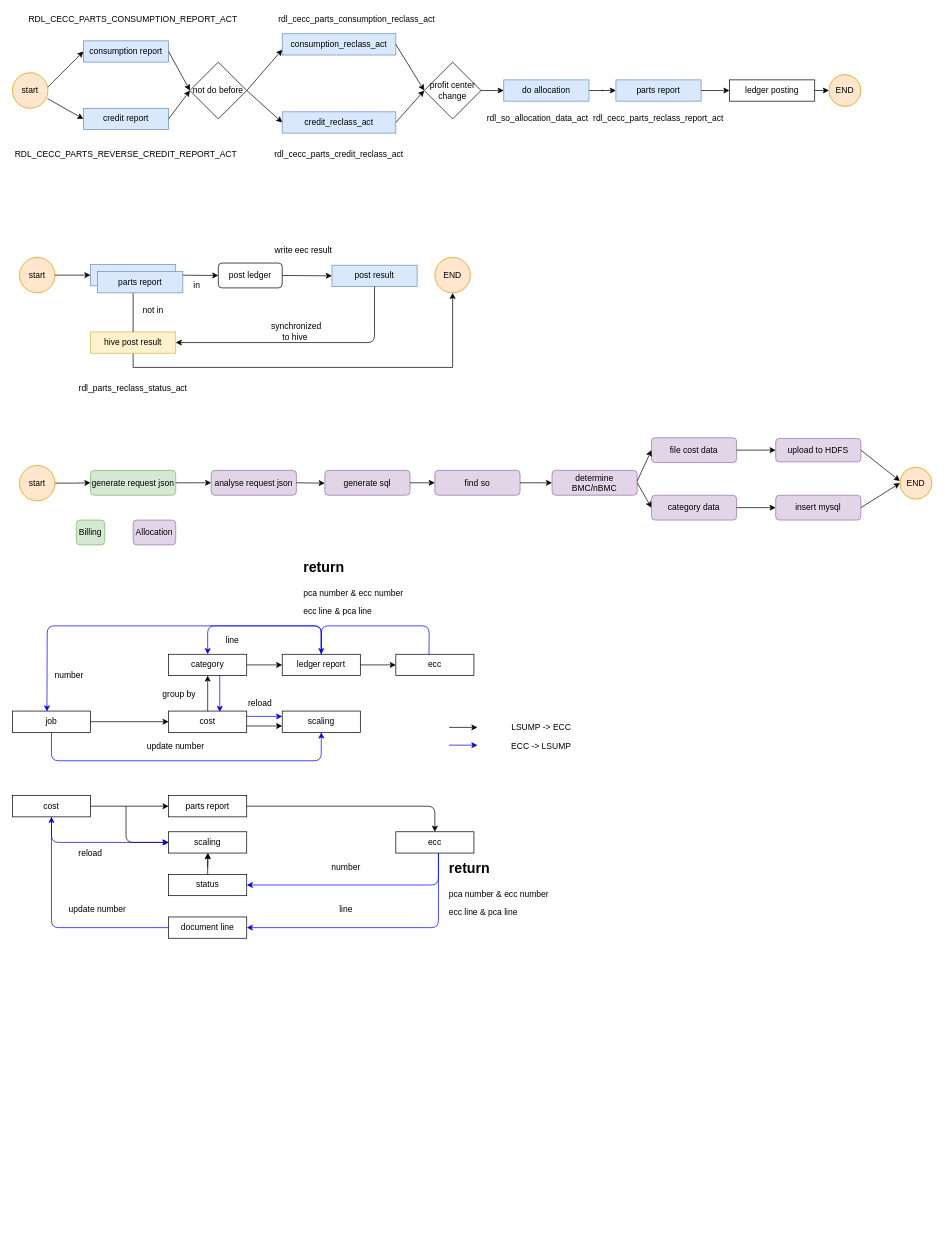
The draw.io diagram src/Untitled Diagram.drawio in zhang-xdl/Crawler, before the edit. Source tidied: cells renumbered, new cells numbered last; positions are measured from the earlier drawing's top-left corner, leaving out a move shared by most shapes. Both pictures are drawn from the tidied source at 71%, with x=0, y=0 at pixel (12, 12).
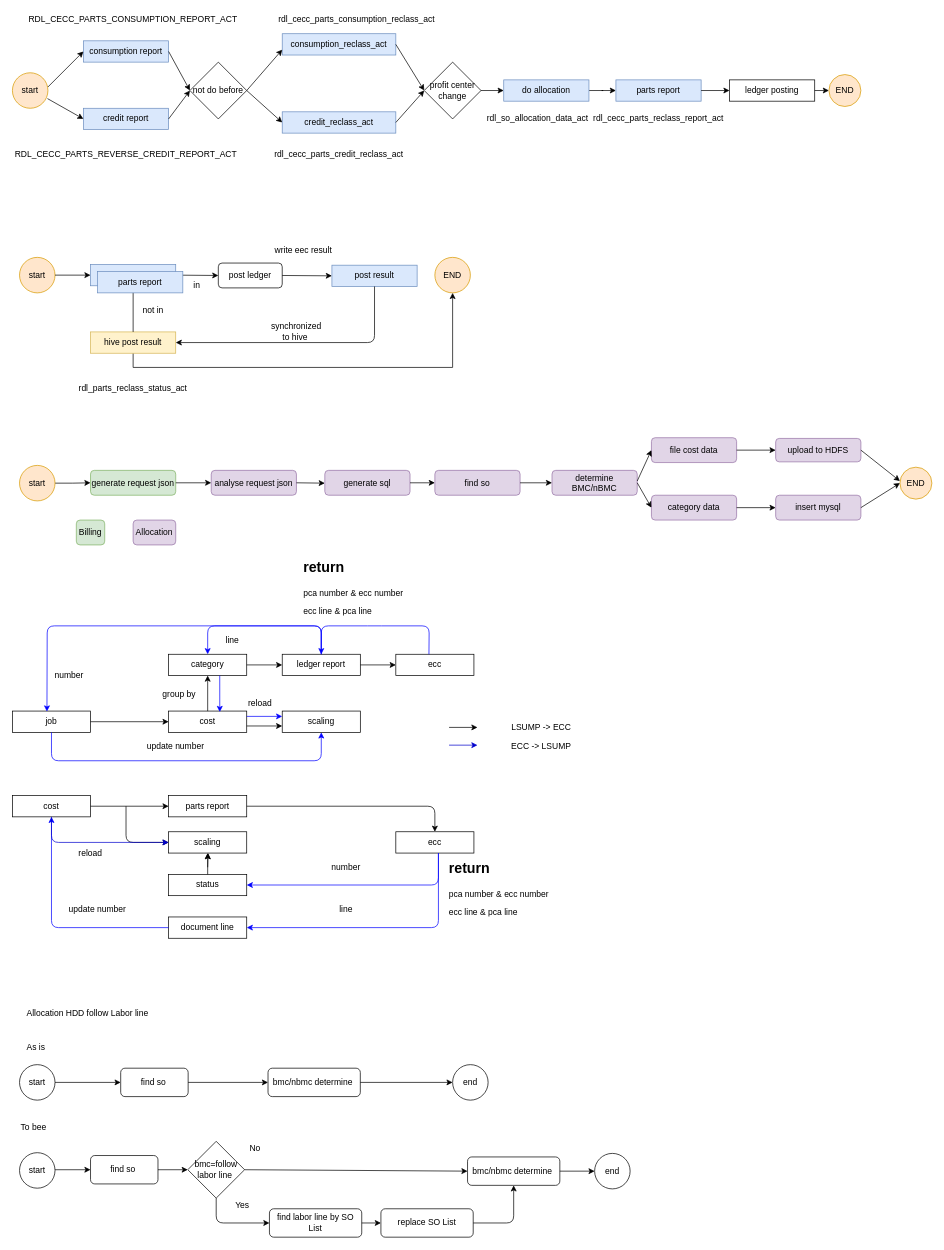
After the change.

The edit, as a diff of the source:
```diff
@@
+    <mxCell id="120" value="Allocation HDD follow Labor line" style="text;html=1;strokeColor=none;fillColor=none;align=center;verticalAlign=middle;whiteSpace=wrap;rounded=0;" parent="1" vertex="1">
+      <mxGeometry x="16" y="1400" width="180" height="20" as="geometry" />
+    </mxCell>
+    <mxCell id="121" value="As is&amp;nbsp;" style="text;html=1;strokeColor=none;fillColor=none;align=center;verticalAlign=middle;whiteSpace=wrap;rounded=0;" parent="1" vertex="1">
+      <mxGeometry x="15" y="1448" width="40" height="20" as="geometry" />
+    </mxCell>
+    <mxCell id="122" style="edgeStyle=orthogonalEdgeStyle;rounded=0;jettySize=auto;html=1;exitX=1;exitY=0.5;exitDx=0;exitDy=0;entryX=0;entryY=0.5;entryDx=0;entryDy=0;" parent="1" edge="1" source="123" target="124">
+      <mxGeometry relative="1" as="geometry" />
+    </mxCell>
+    <mxCell id="123" value="start" style="ellipse;whiteSpace=wrap;html=1;" parent="1" vertex="1">
+      <mxGeometry x="10" y="1482" width="50" height="50" as="geometry" />
+    </mxCell>
+    <mxCell id="124" value="find so&amp;nbsp;" style="rounded=1;whiteSpace=wrap;html=1;" parent="1" vertex="1">
+      <mxGeometry x="152.5" y="1487" width="95" height="40" as="geometry" />
+    </mxCell>
+    <mxCell id="125" value="bmc/nbmc determine&amp;nbsp;" style="rounded=1;whiteSpace=wrap;html=1;" parent="1" vertex="1">
+      <mxGeometry x="360" y="1487" width="130" height="40" as="geometry" />
+    </mxCell>
+    <mxCell id="126" value="end" style="ellipse;whiteSpace=wrap;html=1;" parent="1" vertex="1">
+      <mxGeometry x="620" y="1482" width="50" height="50" as="geometry" />
+    </mxCell>
+    <mxCell id="127" style="endArrow=classic;html=1;exitX=1;exitY=0.5;exitDx=0;exitDy=0;entryX=0;entryY=0.5;entryDx=0;entryDy=0;" parent="1" edge="1" source="124" target="125">
+      <mxGeometry relative="1" as="geometry" />
+    </mxCell>
+    <mxCell id="128" style="endArrow=classic;html=1;exitX=1;exitY=0.5;exitDx=0;exitDy=0;entryX=0;entryY=0.5;entryDx=0;entryDy=0;" parent="1" edge="1" source="125" target="126">
+      <mxGeometry relative="1" as="geometry" />
+    </mxCell>
+    <mxCell id="129" value="To bee" style="text;html=1;strokeColor=none;fillColor=none;align=center;verticalAlign=middle;whiteSpace=wrap;rounded=0;" parent="1" vertex="1">
+      <mxGeometry x="10" y="1560" width="40" height="20" as="geometry" />
+    </mxCell>
+    <mxCell id="130" value="start" style="ellipse;whiteSpace=wrap;html=1;" parent="1" vertex="1">
+      <mxGeometry x="10" y="1606" width="50" height="50" as="geometry" />
+    </mxCell>
+    <mxCell id="131" value="find so&amp;nbsp;" style="rounded=1;whiteSpace=wrap;html=1;" parent="1" vertex="1">
+      <mxGeometry x="110" y="1610" width="95" height="40" as="geometry" />
+    </mxCell>
+    <mxCell id="132" style="endArrow=classic;html=1;exitX=1;exitY=0.5;exitDx=0;exitDy=0;entryX=0;entryY=0.5;entryDx=0;entryDy=0;" parent="1" edge="1" target="131">
+      <mxGeometry relative="1" as="geometry">
+        <mxPoint x="60" y="1630" as="sourcePoint" />
+      </mxGeometry>
+    </mxCell>
+    <mxCell id="133" value="bmc=follow labor line&amp;nbsp;" style="rhombus;whiteSpace=wrap;html=1;" parent="1" vertex="1">
+      <mxGeometry x="247" y="1590" width="80" height="80" as="geometry" />
+    </mxCell>
+    <mxCell id="134" value="bmc/nbmc determine&amp;nbsp;" style="rounded=1;whiteSpace=wrap;html=1;" parent="1" vertex="1">
+      <mxGeometry x="641" y="1612" width="130" height="40" as="geometry" />
+    </mxCell>
+    <mxCell id="135" value="end" style="ellipse;whiteSpace=wrap;html=1;" parent="1" vertex="1">
+      <mxGeometry x="820" y="1607" width="50" height="50" as="geometry" />
+    </mxCell>
+    <mxCell id="136" style="endArrow=classic;html=1;exitX=1;exitY=0.5;exitDx=0;exitDy=0;entryX=0;entryY=0.5;entryDx=0;entryDy=0;" parent="1" edge="1" source="134" target="135">
+      <mxGeometry relative="1" as="geometry" />
+    </mxCell>
+    <mxCell id="137" style="endArrow=classic;html=1;exitX=1;exitY=0.5;exitDx=0;exitDy=0;entryX=0;entryY=0.5;entryDx=0;entryDy=0;" parent="1" edge="1" source="133" target="134">
+      <mxGeometry relative="1" as="geometry" />
+    </mxCell>
+    <mxCell id="138" style="endArrow=classic;html=1;entryX=0;entryY=0.5;entryDx=0;entryDy=0;exitX=1;exitY=0.5;exitDx=0;exitDy=0;" parent="1" edge="1" source="131" target="133">
+      <mxGeometry relative="1" as="geometry" />
+    </mxCell>
+    <mxCell id="139" value="No" style="text;html=1;strokeColor=none;fillColor=none;align=center;verticalAlign=middle;whiteSpace=wrap;rounded=0;" parent="1" vertex="1">
+      <mxGeometry x="322" y="1590" width="40" height="20" as="geometry" />
+    </mxCell>
+    <mxCell id="140" value="find labor line by SO List" style="rounded=1;whiteSpace=wrap;html=1;" parent="1" vertex="1">
+      <mxGeometry x="362" y="1685" width="130" height="40" as="geometry" />
+    </mxCell>
+    <mxCell id="141" style="endArrow=classic;html=1;entryX=0;entryY=0.5;entryDx=0;entryDy=0;exitX=0.5;exitY=1;exitDx=0;exitDy=0;" parent="1" edge="1" source="133" target="140">
+      <mxGeometry relative="1" as="geometry">
+        <Array as="points">
+          <mxPoint x="287" y="1705" />
+        </Array>
+      </mxGeometry>
+    </mxCell>
+    <mxCell id="142" style="endArrow=classic;html=1;entryX=0;entryY=0.5;entryDx=0;entryDy=0;" parent="1" edge="1" target="143">
+      <mxGeometry relative="1" as="geometry">
+        <mxPoint x="492" y="1705" as="sourcePoint" />
+      </mxGeometry>
+    </mxCell>
+    <mxCell id="143" value="replace SO List" style="rounded=1;whiteSpace=wrap;html=1;" parent="1" vertex="1">
+      <mxGeometry x="519" y="1685" width="130" height="40" as="geometry" />
+    </mxCell>
+    <mxCell id="144" style="endArrow=classic;html=1;exitX=1;exitY=0.5;exitDx=0;exitDy=0;" parent="1" edge="1" source="143">
+      <mxGeometry relative="1" as="geometry">
+        <mxPoint x="706" y="1652" as="targetPoint" />
+        <Array as="points">
+          <mxPoint x="706" y="1705" />
+        </Array>
+      </mxGeometry>
+    </mxCell>
+    <mxCell id="145" value="Yes" style="text;html=1;strokeColor=none;fillColor=none;align=center;verticalAlign=middle;whiteSpace=wrap;rounded=0;" parent="1" vertex="1">
+      <mxGeometry x="304" y="1670" width="40" height="20" as="geometry" />
+    </mxCell>
```
